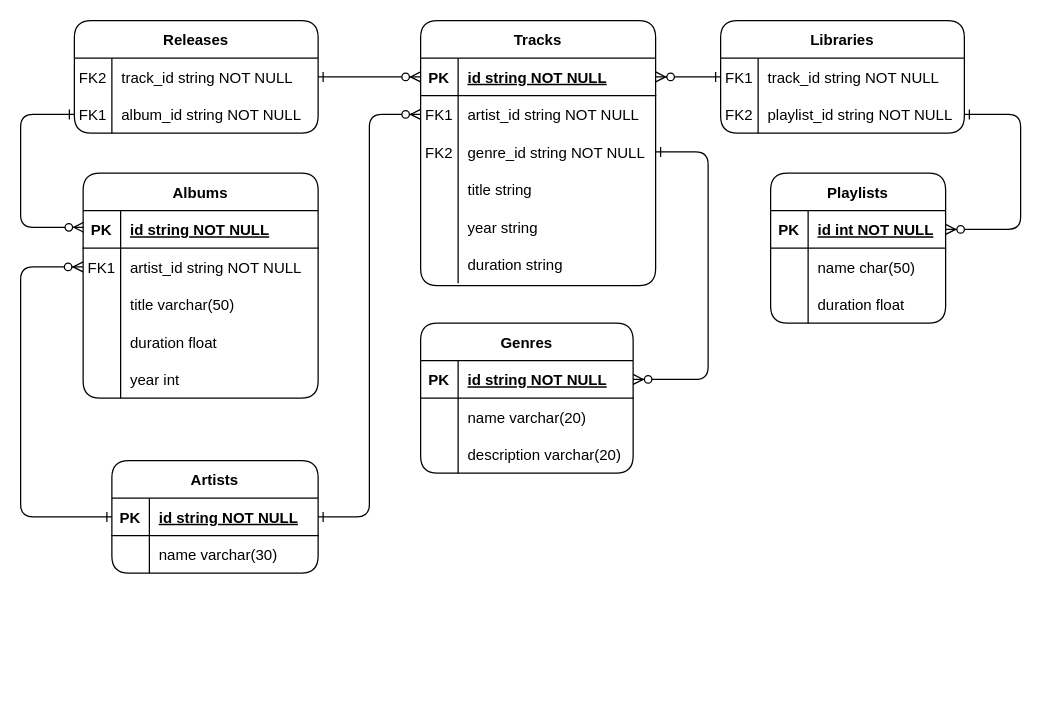
Above: docs/erd.drawio in thuongtruong109/soundlib (draw.io), before the change. Source tidied: cells renumbered, new cells numbered last; positions are measured from the earlier drawing's top-left corner, leaving out a move shared by most shapes. Both pictures are drawn from the tidied source at 125%, with x=0, y=0 at pixel (20, 20).
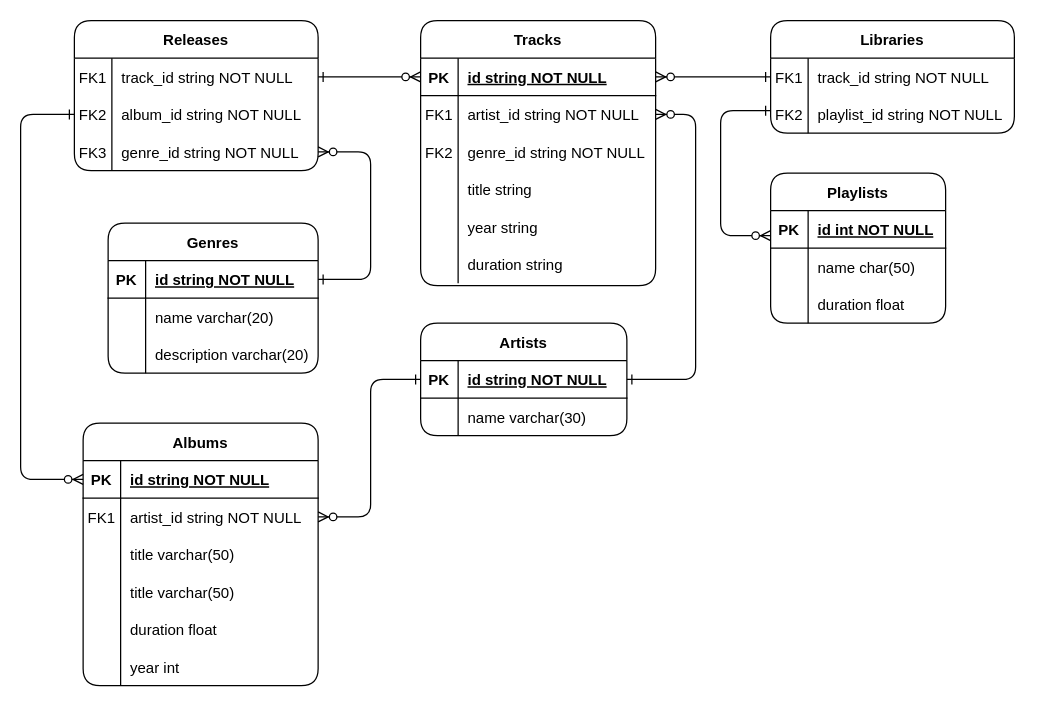
The same page after the edit.

Unchanged cells that the change refers to:
```xml
<mxCell id="8" style="shape=partialRectangle;fillColor=none;points=[[0,0.5],[1,0.5]];portConstraint=eastwest;top=0;left=0;right=0;bottom=0;" parent="4" vertex="1">
  <mxGeometry y="60" width="188" height="30" as="geometry" />
</mxCell>
<mxCell id="11" style="shape=partialRectangle;fillColor=none;points=[[0,0.5],[1,0.5]];portConstraint=eastwest;top=0;left=0;right=0;bottom=0;" parent="4" vertex="1">
  <mxGeometry y="90" width="188" height="30" as="geometry" />
</mxCell>
<mxCell id="34" style="shape=partialRectangle;fillColor=none;points=[[0,0.5],[1,0.5]];portConstraint=eastwest;top=0;left=0;right=0;bottom=1;" parent="33" vertex="1">
  <mxGeometry y="30" width="188" height="30" as="geometry" />
</mxCell>
<mxCell id="37" style="shape=partialRectangle;fillColor=none;points=[[0,0.5],[1,0.5]];portConstraint=eastwest;top=0;left=0;right=0;bottom=0;" parent="33" vertex="1">
  <mxGeometry y="60" width="188" height="30" as="geometry" />
</mxCell>
<mxCell id="51" style="shape=partialRectangle;fillColor=none;points=[[0,0.5],[1,0.5]];portConstraint=eastwest;top=0;left=0;right=0;bottom=1;" parent="50" vertex="1">
  <mxGeometry y="30" width="165" height="30" as="geometry" />
</mxCell>
<mxCell id="59" style="shape=partialRectangle;fillColor=none;points=[[0,0.5],[1,0.5]];portConstraint=eastwest;top=0;left=0;right=0;bottom=1;" parent="58" vertex="1">
  <mxGeometry y="30" width="140" height="30" as="geometry" />
</mxCell>
<mxCell id="73" style="shape=partialRectangle;fillColor=none;points=[[0,0.5],[1,0.5]];portConstraint=eastwest;top=0;left=0;right=0;bottom=0;" parent="69" vertex="1">
  <mxGeometry y="60" width="195" height="30" as="geometry" />
</mxCell>
<mxCell id="77" style="shape=partialRectangle;fillColor=none;points=[[0,0.5],[1,0.5]];portConstraint=eastwest;top=0;left=0;right=0;bottom=0;" parent="76" vertex="1">
  <mxGeometry y="30" width="195" height="30" as="geometry" />
</mxCell>
<mxCell id="80" style="shape=partialRectangle;fillColor=none;points=[[0,0.5],[1,0.5]];portConstraint=eastwest;top=0;left=0;right=0;bottom=0;" parent="76" vertex="1">
  <mxGeometry y="60" width="195" height="30" as="geometry" />
</mxCell>
```

The edit, as a diff of the source:
```diff
@@
-    <mxCell id="2" style="endArrow=ERzeroToMany;startArrow=ERone;endFill=1;startFill=0;edgeStyle=orthogonalEdgeStyle;exitX=0;exitY=0.5;exitDx=0;exitDy=0;entryX=0.003;entryY=0.445;entryDx=0;entryDy=0;entryPerimeter=0;" parent="1" edge="1" source="80" target="34">
+    <mxCell id="2" style="endArrow=ERzeroToMany;startArrow=ERone;endFill=1;startFill=0;edgeStyle=orthogonalEdgeStyle;exitX=0;exitY=0.5;exitDx=0;exitDy=0;entryX=0;entryY=0.5;entryDx=0;entryDy=0;" parent="1" edge="1" source="80" target="34">
       <mxGeometry relative="1" as="geometry">
         <Array as="points">
           <mxPoint y="75" />
-          <mxPoint y="165" />
+          <mxPoint y="367" />
         </Array>
       </mxGeometry>
     </mxCell>
-    <mxCell id="3" style="endArrow=ERzeroToMany;startArrow=ERone;endFill=1;startFill=0;entryX=1;entryY=0.5;entryDx=0;entryDy=0;exitX=1;exitY=0.5;exitDx=0;exitDy=0;edgeStyle=orthogonalEdgeStyle;" parent="1" edge="1" source="11" target="24">
+    <mxCell id="3" style="endArrow=ERzeroToMany;startArrow=ERone;endFill=1;startFill=0;edgeStyle=orthogonalEdgeStyle;entryX=1;entryY=0.5;entryDx=0;entryDy=0;exitX=1;exitY=0.5;exitDx=0;exitDy=0;" parent="1" edge="1" source="24" target="88">
       <mxGeometry relative="1" as="geometry">
         <Array as="points">
-          <mxPoint x="550" y="105" />
-          <mxPoint x="550" y="287" />
+          <mxPoint x="280" y="207" />
+          <mxPoint x="280" y="105" />
         </Array>
       </mxGeometry>
     </mxCell>
@@
     <mxCell id="23" value="Genres" style="shape=table;startSize=30;childLayout=tableLayout;rowLines=0;fontStyle=1;align=center;rounded=1;" parent="1" vertex="1">
-      <mxGeometry x="320" y="242" width="170" height="120" as="geometry" />
+      <mxGeometry x="70" y="162" width="168" height="120" as="geometry" />
     </mxCell>
     <mxCell id="24" style="shape=partialRectangle;fillColor=none;points=[[0,0.5],[1,0.5]];portConstraint=eastwest;top=0;left=0;right=0;bottom=1;" parent="23" vertex="1">
-      <mxGeometry y="30" width="170" height="30" as="geometry" />
+      <mxGeometry y="30" width="168" height="30" as="geometry" />
     </mxCell>
@@
     <mxCell id="26" value="id string NOT NULL " style="shape=partialRectangle;overflow=hidden;fillColor=none;top=0;left=0;bottom=0;right=0;align=left;spacingLeft=6;fontStyle=5;" parent="24" vertex="1">
-      <mxGeometry x="30" width="140" height="30" as="geometry" />
+      <mxGeometry x="30" width="138" height="30" as="geometry" />
     </mxCell>
     <mxCell id="27" style="shape=partialRectangle;fillColor=none;top=0;left=0;right=0;bottom=0;" parent="23" vertex="1">
-      <mxGeometry y="60" width="170" height="30" as="geometry" />
+      <mxGeometry y="60" width="168" height="30" as="geometry" />
     </mxCell>
@@
     <mxCell id="29" value="name varchar(20)" style="shape=partialRectangle;overflow=hidden;fillColor=none;top=0;left=0;bottom=0;right=0;align=left;spacingLeft=6;" parent="27" vertex="1">
-      <mxGeometry x="30" width="140" height="30" as="geometry" />
+      <mxGeometry x="30" width="138" height="30" as="geometry" />
     </mxCell>
     <mxCell id="30" style="shape=partialRectangle;fillColor=none;top=0;left=0;right=0;bottom=0;" parent="23" vertex="1">
-      <mxGeometry y="90" width="170" height="30" as="geometry" />
+      <mxGeometry y="90" width="168" height="30" as="geometry" />
     </mxCell>
@@
     <mxCell id="32" value="description varchar(20)" style="shape=partialRectangle;overflow=hidden;fillColor=none;top=0;left=0;bottom=0;right=0;align=left;spacingLeft=6;" parent="30" vertex="1">
-      <mxGeometry x="30" width="140" height="30" as="geometry" />
+      <mxGeometry x="30" width="138" height="30" as="geometry" />
     </mxCell>
     <mxCell id="33" value="Albums" style="shape=table;startSize=30;childLayout=tableLayout;rowLines=0;fontStyle=1;align=center;rounded=1;shadow=0;" parent="1" vertex="1">
-      <mxGeometry x="50" y="122" width="188" height="180" as="geometry" />
+      <mxGeometry x="50" y="322" width="188" height="210" as="geometry" />
     </mxCell>
@@
+    <mxCell id="85" style="shape=partialRectangle;fillColor=none;top=0;left=0;right=0;bottom=0;" parent="33" vertex="1">
+      <mxGeometry y="120" width="188" height="30" as="geometry" />
+    </mxCell>
+    <mxCell id="86" style="shape=partialRectangle;overflow=hidden;fillColor=none;top=0;left=0;bottom=0;right=0;" parent="85" vertex="1">
+      <mxGeometry width="30" height="30" as="geometry" />
+    </mxCell>
+    <mxCell id="87" value="title varchar(50)" style="shape=partialRectangle;overflow=hidden;fillColor=none;top=0;left=0;bottom=0;right=0;align=left;spacingLeft=6;" parent="85" vertex="1">
+      <mxGeometry x="30" width="158" height="30" as="geometry" />
+    </mxCell>
     <mxCell id="43" style="shape=partialRectangle;fillColor=none;top=0;left=0;right=0;bottom=0;" parent="33" vertex="1">
-      <mxGeometry y="120" width="188" height="30" as="geometry" />
+      <mxGeometry y="150" width="188" height="30" as="geometry" />
     </mxCell>
@@
     <mxCell id="46" style="shape=partialRectangle;fillColor=none;top=0;left=0;right=0;bottom=0;" parent="33" vertex="1">
-      <mxGeometry y="150" width="188" height="30" as="geometry" />
+      <mxGeometry y="180" width="188" height="30" as="geometry" />
     </mxCell>
@@
-    <mxCell id="49" style="endArrow=ERzeroToMany;startArrow=ERone;endFill=1;startFill=0;edgeStyle=orthogonalEdgeStyle;exitX=0;exitY=0.5;exitDx=0;exitDy=0;entryX=0;entryY=0.5;entryDx=0;entryDy=0;" parent="1" edge="1" source="51" target="37">
+    <mxCell id="49" style="endArrow=ERzeroToMany;startArrow=ERone;endFill=1;startFill=0;edgeStyle=orthogonalEdgeStyle;exitX=0;exitY=0.5;exitDx=0;exitDy=0;entryX=1;entryY=0.5;entryDx=0;entryDy=0;" parent="1" edge="1" source="51" target="37">
       <mxGeometry relative="1" as="geometry">
         <Array as="points">
-          <mxPoint y="397" />
-          <mxPoint y="197" />
+          <mxPoint x="280" y="287" />
+          <mxPoint x="280" y="397" />
         </Array>
       </mxGeometry>
     </mxCell>
     <mxCell id="50" value="Artists" style="shape=table;startSize=30;childLayout=tableLayout;rowLines=0;fontStyle=1;align=center;rounded=1;" parent="1" vertex="1">
-      <mxGeometry x="73" y="352" width="165" height="90" as="geometry" />
+      <mxGeometry x="320" y="242" width="165" height="90" as="geometry" />
     </mxCell>
@@
-    <mxCell id="68" style="endArrow=ERzeroToMany;startArrow=ERone;endFill=1;startFill=0;exitX=1;exitY=0.5;exitDx=0;exitDy=0;entryX=0;entryY=0.5;entryDx=0;entryDy=0;edgeStyle=orthogonalEdgeStyle;" parent="1" edge="1" source="51" target="8">
-      <mxGeometry relative="1" as="geometry" />
+    <mxCell id="68" style="endArrow=ERzeroToMany;startArrow=ERone;endFill=1;startFill=0;exitX=1;exitY=0.5;exitDx=0;exitDy=0;entryX=1;entryY=0.5;entryDx=0;entryDy=0;edgeStyle=orthogonalEdgeStyle;" parent="1" edge="1" source="51" target="8">
+      <mxGeometry relative="1" as="geometry">
+        <Array as="points">
+          <mxPoint x="540" y="287" />
+          <mxPoint x="540" y="75" />
+        </Array>
+      </mxGeometry>
     </mxCell>
     <mxCell id="69" value="Libraries" style="shape=table;startSize=30;childLayout=tableLayout;rowLines=0;fontStyle=1;align=center;rounded=1;" parent="1" vertex="1">
-      <mxGeometry x="560" width="195" height="90" as="geometry" />
+      <mxGeometry x="600" width="195" height="90" as="geometry" />
     </mxCell>
@@
     <mxCell id="76" value="Releases" style="shape=table;startSize=30;childLayout=tableLayout;rowLines=0;fontStyle=1;align=center;rounded=1;" parent="1" vertex="1">
-      <mxGeometry x="43" width="195" height="90" as="geometry" />
+      <mxGeometry x="43" width="195" height="120" as="geometry" />
     </mxCell>
@@
-    <mxCell id="78" value="FK2" style="shape=partialRectangle;overflow=hidden;fillColor=none;top=0;left=0;bottom=0;right=0;" parent="77" vertex="1">
+    <mxCell id="78" value="FK1" style="shape=partialRectangle;overflow=hidden;fillColor=none;top=0;left=0;bottom=0;right=0;" parent="77" vertex="1">
       <mxGeometry width="30" height="30" as="geometry" />
     </mxCell>
@@
-    <mxCell id="81" value="FK1" style="shape=partialRectangle;overflow=hidden;fillColor=none;top=0;left=0;bottom=0;right=0;" parent="80" vertex="1">
+    <mxCell id="81" value="FK2" style="shape=partialRectangle;overflow=hidden;fillColor=none;top=0;left=0;bottom=0;right=0;" parent="80" vertex="1">
       <mxGeometry width="30" height="30" as="geometry" />
     </mxCell>
@@
+    <mxCell id="88" style="shape=partialRectangle;fillColor=none;points=[[0,0.5],[1,0.5]];portConstraint=eastwest;top=0;left=0;right=0;bottom=0;" parent="76" vertex="1">
+      <mxGeometry y="90" width="195" height="30" as="geometry" />
+    </mxCell>
+    <mxCell id="89" value="FK3" style="shape=partialRectangle;overflow=hidden;fillColor=none;top=0;left=0;bottom=0;right=0;" parent="88" vertex="1">
+      <mxGeometry width="30" height="30" as="geometry" />
+    </mxCell>
+    <mxCell id="90" value="genre_id string NOT NULL" style="shape=partialRectangle;overflow=hidden;fillColor=none;top=0;left=0;bottom=0;right=0;align=left;spacingLeft=6;" parent="88" vertex="1">
+      <mxGeometry x="30" width="165" height="30" as="geometry" />
+    </mxCell>
@@
-    <mxCell id="84" style="endArrow=ERzeroToMany;startArrow=ERone;endFill=1;startFill=0;entryX=1;entryY=0.5;entryDx=0;entryDy=0;edgeStyle=orthogonalEdgeStyle;exitX=1;exitY=0.5;exitDx=0;exitDy=0;" parent="1" edge="1" source="73" target="59">
+    <mxCell id="84" style="endArrow=ERzeroToMany;startArrow=ERone;endFill=1;startFill=0;edgeStyle=orthogonalEdgeStyle;" parent="1" edge="1">
       <mxGeometry relative="1" as="geometry">
+        <mxPoint x="600" y="72" as="sourcePoint" />
+        <mxPoint x="600" y="172" as="targetPoint" />
         <Array as="points">
-          <mxPoint x="800" y="75" />
-          <mxPoint x="800" y="167" />
+          <mxPoint x="560" y="72" />
+          <mxPoint x="560" y="172" />
         </Array>
       </mxGeometry>
     </mxCell>
```
